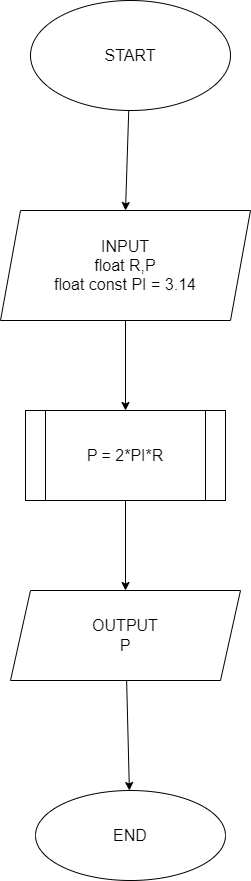
MinkWungNe/NLNNLT keeps this draw.io diagram as Lab_1/Bai_2/FlowBai_2.drawio.png. Above is the earlier version. Source tidied: cells renumbered, new cells last; positions are measured from the earlier drawing's top-left corner, leaving out a move shared by most shapes.
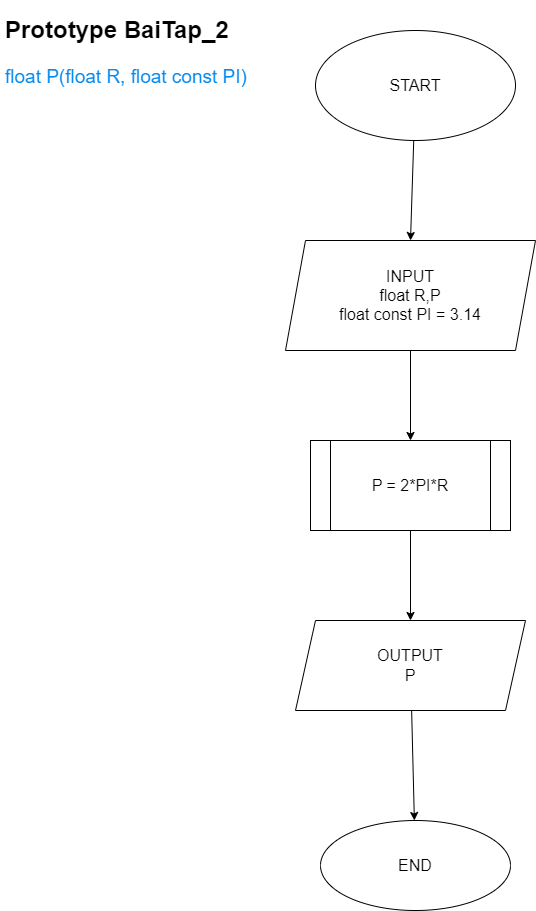
Later version of the same file.

Commit message:
Update FlowCharts and Prototype

What changed in the source:
```diff
@@ -29,5 +29,8 @@
     <mxCell id="10" value="END" style="ellipse;whiteSpace=wrap;html=1;fontSize=16;" parent="1" vertex="1">
       <mxGeometry x="35" y="790" width="190" height="90" as="geometry" />
     </mxCell>
+    <mxCell id="11" value="&lt;h1&gt;&lt;span style=&quot;background-color: initial;&quot;&gt;Prototype BaiTap_2&lt;/span&gt;&lt;/h1&gt;&lt;h1&gt;&lt;span style=&quot;font-weight: 400;&quot;&gt;&lt;font color=&quot;#058af0&quot; style=&quot;font-size: 19px;&quot;&gt;float P(float R, float const PI)&lt;/font&gt;&lt;/span&gt;&lt;/h1&gt;" style="text;html=1;strokeColor=none;fillColor=none;spacing=5;spacingTop=-20;whiteSpace=wrap;overflow=hidden;rounded=0;" parent="1" vertex="1">
+      <mxGeometry x="-285" y="-20" width="290" height="90" as="geometry" />
+    </mxCell>
   </root>
 </mxGraphModel>
```
